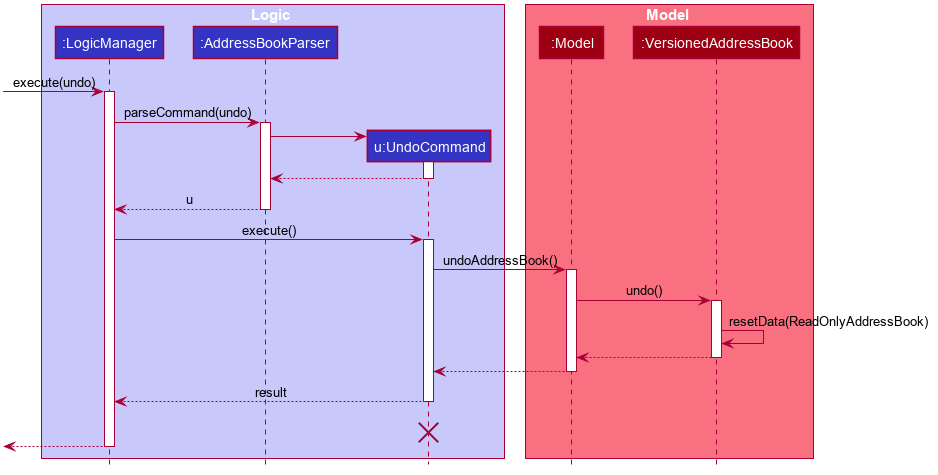
This is docs/images/dg/UndoSequenceDiagram.png from nus-cs2103-AY2223S1/tp, a PlantUML export, as it was before one commit. Its diagram source:
```plantuml
@startuml








skinparam BackgroundColor #FFFFFFF

skinparam Shadowing false

skinparam Class {
    FontColor #FFFFFF
    BorderThickness 1
    BorderColor #FFFFFF
    StereotypeFontColor #FFFFFF
    FontName Arial
}

skinparam Actor {
    BorderColor #000000
    Color #000000
    FontName Arial
}

skinparam Sequence {
    MessageAlign center
    BoxFontSize 15
    BoxPadding 0
    BoxFontColor #FFFFFF
    FontName Arial
}

skinparam Participant {
    FontColor #FFFFFFF
    Padding 20
}

skinparam MinClassWidth 50
skinparam ParticipantPadding 10
skinparam Shadowing false
skinparam DefaultTextAlignment center
skinparam packageStyle Rectangle

hide footbox
hide members
hide circle

box Logic #C8C8FA
participant ":LogicManager" as LogicManager #3333C4
participant ":AddressBookParser" as AddressBookParser #3333C4
participant "u:UndoCommand" as UndoCommand #3333C4
end box

box Model #F97181
participant ":Model" as Model #9D0012
participant ":VersionedAddressBook" as VersionedAddressBook #9D0012
end box
[-> LogicManager : execute(undo)
activate LogicManager

LogicManager -> AddressBookParser : parseCommand(undo)
activate AddressBookParser

create UndoCommand
AddressBookParser -> UndoCommand
activate UndoCommand

UndoCommand --> AddressBookParser
deactivate UndoCommand

AddressBookParser --> LogicManager : u
deactivate AddressBookParser

LogicManager -> UndoCommand : execute()
activate UndoCommand

UndoCommand -> Model : undoAddressBook()
activate Model

Model -> VersionedAddressBook : undo()
activate VersionedAddressBook

VersionedAddressBook -> VersionedAddressBook :resetData(ReadOnlyAddressBook)
VersionedAddressBook --> Model :
deactivate VersionedAddressBook

Model --> UndoCommand
deactivate Model

UndoCommand --> LogicManager : result
deactivate UndoCommand
UndoCommand -[hidden]-> LogicManager : result
destroy UndoCommand

[<--LogicManager
deactivate LogicManager
@enduml
```
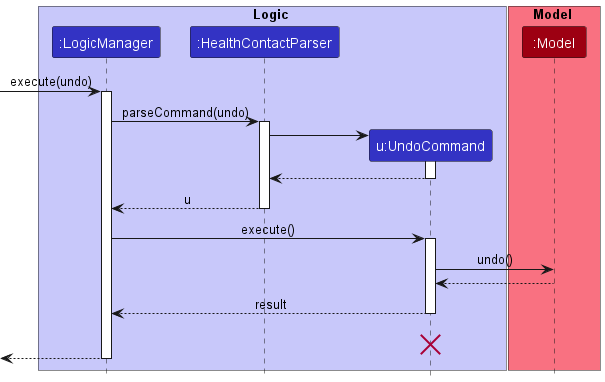
Later version of the same file.

What changed in the source:
```diff
@@ -1,91 +1,37 @@
 @startuml
+!include style.puml
 
-
-
-
-
-
-
-
-skinparam BackgroundColor #FFFFFFF
-
-skinparam Shadowing false
-
-skinparam Class {
-    FontColor #FFFFFF
-    BorderThickness 1
-    BorderColor #FFFFFF
-    StereotypeFontColor #FFFFFF
-    FontName Arial
-}
-
-skinparam Actor {
-    BorderColor #000000
-    Color #000000
-    FontName Arial
-}
-
-skinparam Sequence {
-    MessageAlign center
-    BoxFontSize 15
-    BoxPadding 0
-    BoxFontColor #FFFFFF
-    FontName Arial
-}
-
-skinparam Participant {
-    FontColor #FFFFFFF
-    Padding 20
-}
-
-skinparam MinClassWidth 50
-skinparam ParticipantPadding 10
-skinparam Shadowing false
-skinparam DefaultTextAlignment center
-skinparam packageStyle Rectangle
-
-hide footbox
-hide members
-hide circle
-
-box Logic #C8C8FA
-participant ":LogicManager" as LogicManager #3333C4
-participant ":AddressBookParser" as AddressBookParser #3333C4
-participant "u:UndoCommand" as UndoCommand #3333C4
+box Logic LOGIC_COLOR_T1
+participant ":LogicManager" as LogicManager LOGIC_COLOR
+participant ":HealthContactParser" as HealthContactParser LOGIC_COLOR
+participant "u:UndoCommand" as UndoCommand LOGIC_COLOR
 end box
 
-box Model #F97181
-participant ":Model" as Model #9D0012
-participant ":VersionedAddressBook" as VersionedAddressBook #9D0012
+box Model MODEL_COLOR_T1
+participant ":Model" as Model MODEL_COLOR
+
 end box
 [-> LogicManager : execute(undo)
 activate LogicManager
 
-LogicManager -> AddressBookParser : parseCommand(undo)
-activate AddressBookParser
+LogicManager -> HealthContactParser : parseCommand(undo)
+activate HealthContactParser
 
 create UndoCommand
-AddressBookParser -> UndoCommand
+HealthContactParser -> UndoCommand
 activate UndoCommand
 
-UndoCommand --> AddressBookParser
+UndoCommand --> HealthContactParser
 deactivate UndoCommand
 
-AddressBookParser --> LogicManager : u
-deactivate AddressBookParser
+HealthContactParser --> LogicManager : u
+deactivate HealthContactParser
 
 LogicManager -> UndoCommand : execute()
 activate UndoCommand
 
-UndoCommand -> Model : undoAddressBook()
-activate Model
+UndoCommand -> Model : undo()
 
-Model -> VersionedAddressBook : undo()
-activate VersionedAddressBook
-
-VersionedAddressBook -> VersionedAddressBook :resetData(ReadOnlyAddressBook)
-VersionedAddressBook --> Model :
-deactivate VersionedAddressBook
 
 Model --> UndoCommand
 deactivate Model
```
